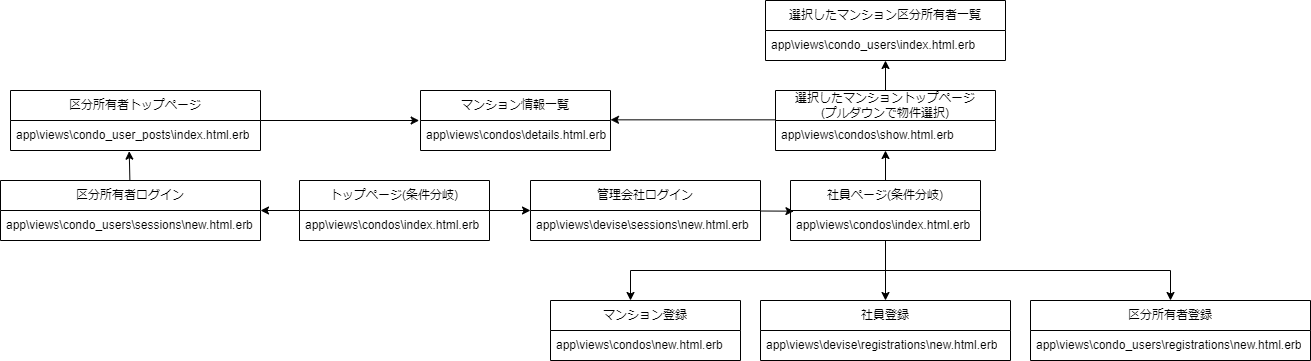
Earlier version of the draw.io export STD.drawio.png (sumachanabc/Rem). Source tidied: cells renumbered, new cells last; positions are measured from the earlier drawing's top-left corner, leaving out a move shared by most shapes.
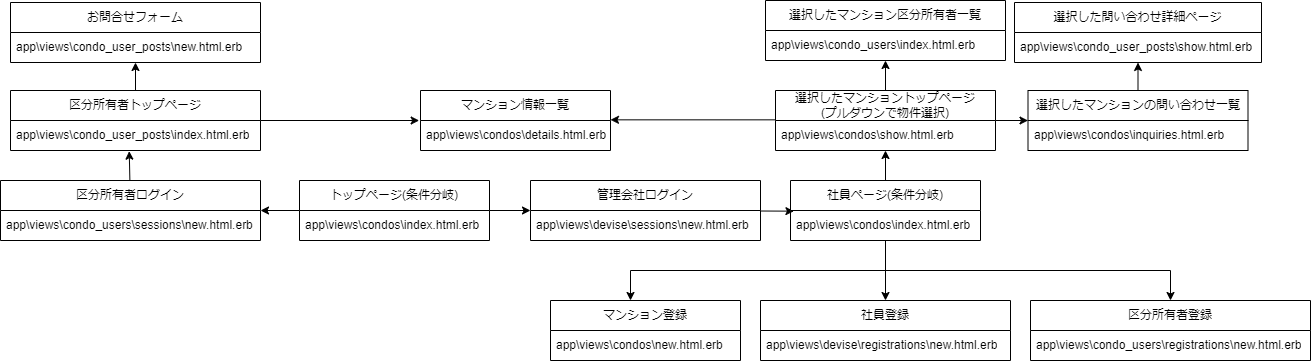
The same file after the commit.

Commit message:
README、ER図、画面遷移図、修正

The edit, as a diff of the source:
```diff
@@ -47,6 +47,9 @@
     <mxCell id="16" style="edgeStyle=none;html=1;entryX=1;entryY=-0.022;entryDx=0;entryDy=0;exitX=0.008;exitY=-0.022;exitDx=0;exitDy=0;exitPerimeter=0;entryPerimeter=0;" parent="1" edge="1" source="18" target="20">
       <mxGeometry relative="1" as="geometry" />
     </mxCell>
+    <mxCell id="37" style="edgeStyle=none;html=1;" parent="1" edge="1" source="17" target="42">
+      <mxGeometry relative="1" as="geometry" />
+    </mxCell>
     <mxCell id="17" value="選択したマンショントップページ&lt;br&gt;(プルダウンで物件選択)" style="swimlane;fontStyle=0;horizontal=1;startSize=30;whiteSpace=wrap;html=1;" parent="1" vertex="1">
       <mxGeometry x="775" y="90" width="220" height="60" as="geometry" />
     </mxCell>
@@ -62,6 +65,9 @@
     <mxCell id="21" style="edgeStyle=none;html=1;entryX=-0.007;entryY=0;entryDx=0;entryDy=0;entryPerimeter=0;" parent="1" edge="1" source="22" target="20">
       <mxGeometry relative="1" as="geometry" />
     </mxCell>
+    <mxCell id="38" style="edgeStyle=none;html=1;" parent="1" edge="1" source="22" target="39">
+      <mxGeometry relative="1" as="geometry" />
+    </mxCell>
     <mxCell id="22" value="区分所有者トップページ" style="swimlane;fontStyle=0;horizontal=1;startSize=30;whiteSpace=wrap;html=1;" parent="1" vertex="1">
       <mxGeometry x="10" y="90" width="250" height="60" as="geometry" />
     </mxCell>
@@ -115,5 +121,26 @@
         <mxPoint x="1170" y="270" as="sourcePoint" />
       </mxGeometry>
     </mxCell>
+    <mxCell id="39" value="お問合せフォーム" style="swimlane;fontStyle=0;horizontal=1;startSize=30;whiteSpace=wrap;html=1;" parent="1" vertex="1">
+      <mxGeometry x="10" y="2" width="250" height="60" as="geometry" />
+    </mxCell>
+    <mxCell id="40" value="app\views\condo_user_posts\new.html.erb" style="text;strokeColor=none;fillColor=none;align=left;verticalAlign=middle;spacingLeft=4;spacingRight=4;overflow=hidden;whiteSpace=wrap;html=1;" parent="39" vertex="1">
+      <mxGeometry y="30" width="250" height="30" as="geometry" />
+    </mxCell>
+    <mxCell id="41" style="edgeStyle=none;html=1;" parent="1" edge="1" source="42" target="44">
+      <mxGeometry relative="1" as="geometry" />
+    </mxCell>
+    <mxCell id="42" value="選択したマンションの問い合わせ一覧" style="swimlane;fontStyle=0;horizontal=1;startSize=30;whiteSpace=wrap;html=1;" parent="1" vertex="1">
+      <mxGeometry x="1027.5" y="90" width="220" height="60" as="geometry" />
+    </mxCell>
+    <mxCell id="43" value="app\views\condos\inquiries.html.erb" style="text;strokeColor=none;fillColor=none;align=left;verticalAlign=middle;spacingLeft=4;spacingRight=4;overflow=hidden;whiteSpace=wrap;html=1;" parent="42" vertex="1">
+      <mxGeometry y="30" width="220" height="30" as="geometry" />
+    </mxCell>
+    <mxCell id="44" value="選択した問い合わせ詳細ページ" style="swimlane;fontStyle=0;horizontal=1;startSize=30;whiteSpace=wrap;html=1;" parent="1" vertex="1">
+      <mxGeometry x="1014" y="2" width="247" height="60" as="geometry" />
+    </mxCell>
+    <mxCell id="45" value="app\views\condo_user_posts\show.html.erb" style="text;strokeColor=none;fillColor=none;align=left;verticalAlign=middle;spacingLeft=4;spacingRight=4;overflow=hidden;whiteSpace=wrap;html=1;" parent="44" vertex="1">
+      <mxGeometry y="30" width="247" height="30" as="geometry" />
+    </mxCell>
   </root>
 </mxGraphModel>
```
